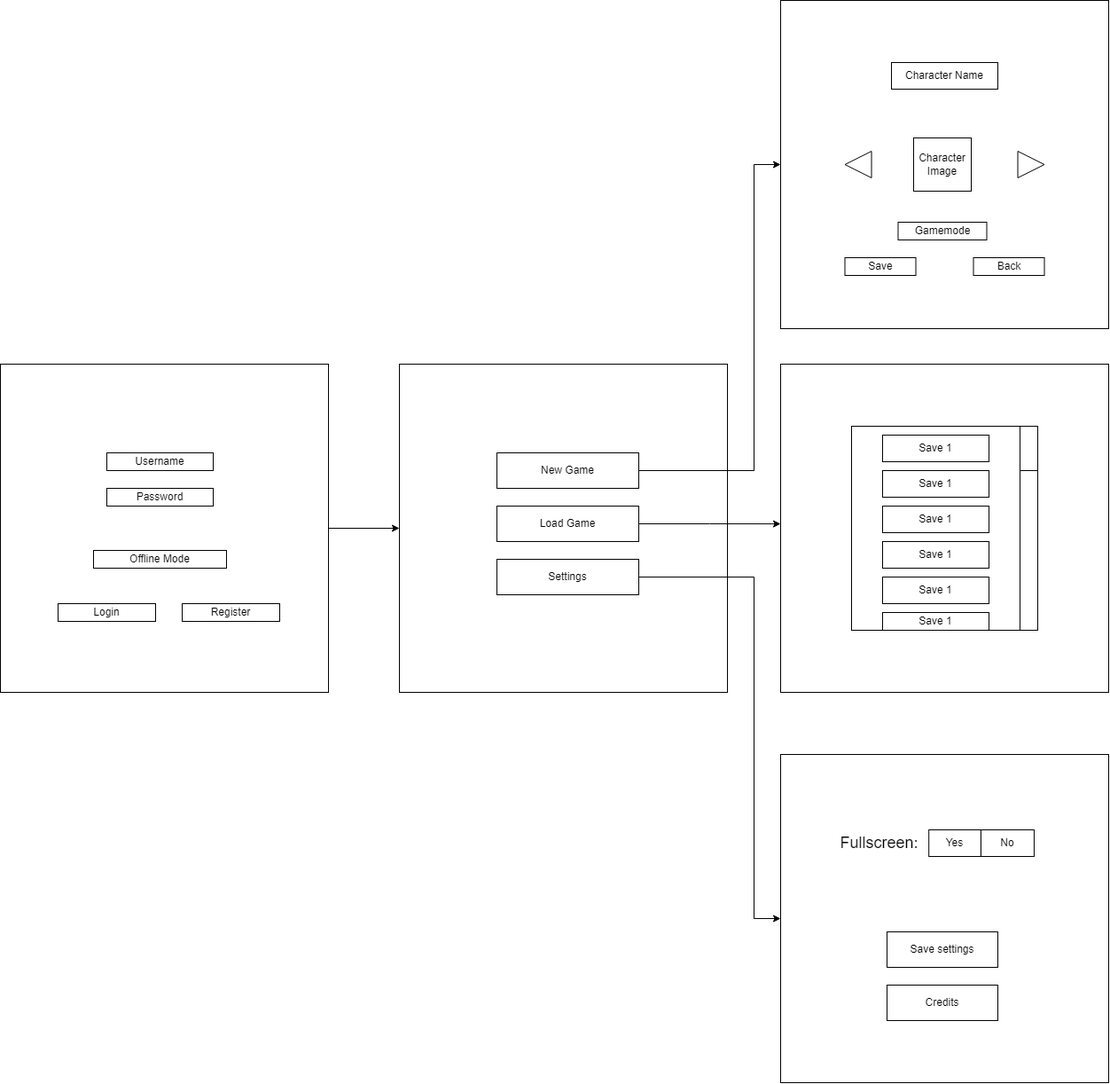
The draw.io diagram thesis/images/MS_menu.drawio.png in SzGabor1/Thesis, before a commit. Source tidied: cells renumbered, new cells last; positions are measured from the earlier drawing's top-left corner, leaving out a move shared by most shapes.
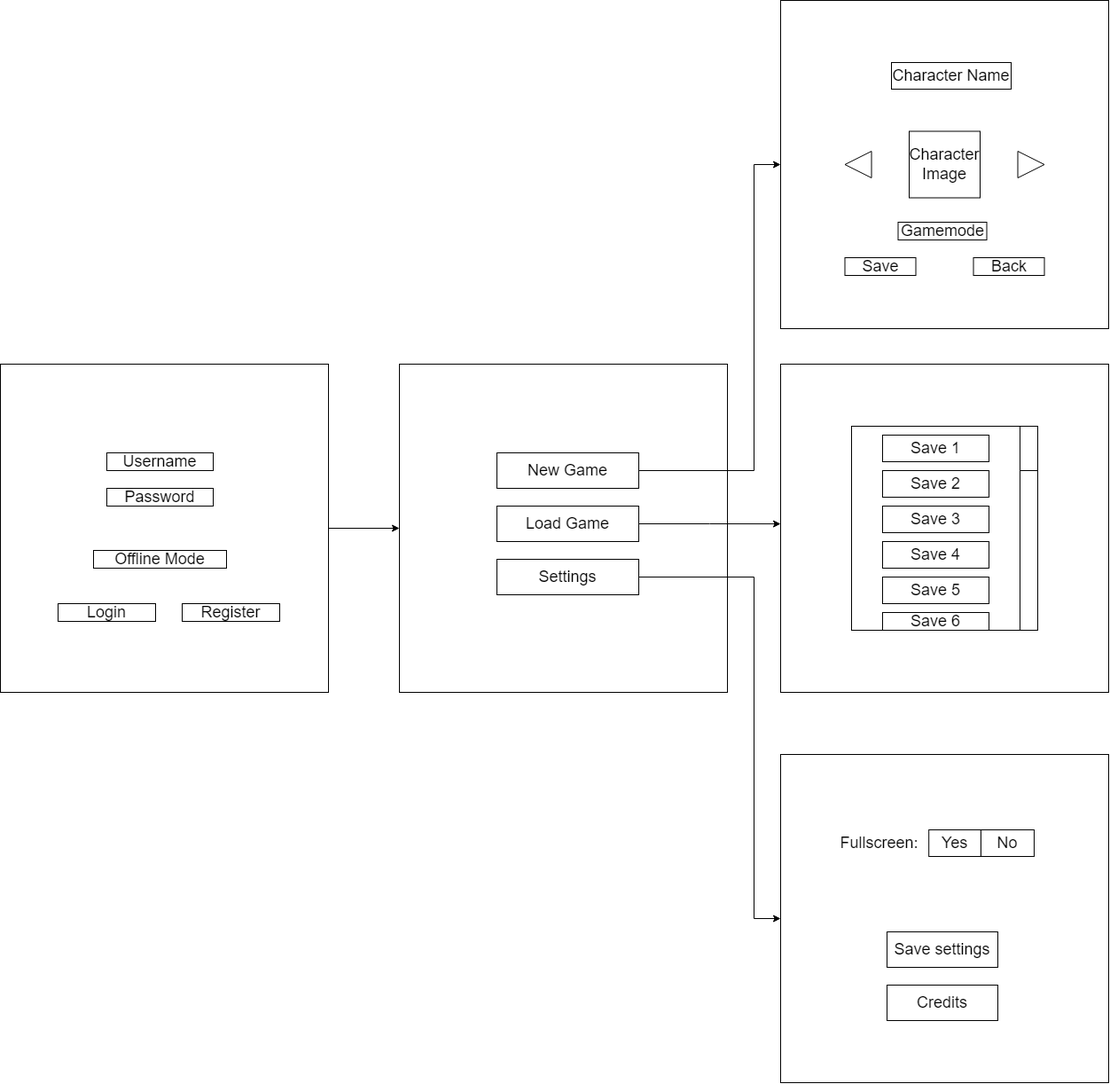
The same diagram one commit later.

Change to the diagram source:
```diff
@@ -13,7 +13,7 @@
         </Array>
       </mxGeometry>
     </mxCell>
-    <mxCell id="4" value="New Game" style="rounded=0;whiteSpace=wrap;html=1;" parent="1" vertex="1">
+    <mxCell id="4" value="&lt;font style=&quot;font-size: 18px;&quot;&gt;New Game&lt;/font&gt;" style="rounded=0;whiteSpace=wrap;html=1;" parent="1" vertex="1">
       <mxGeometry x="560" y="510" width="160" height="40" as="geometry" />
     </mxCell>
     <mxCell id="5" style="edgeStyle=orthogonalEdgeStyle;rounded=0;jettySize=auto;html=1;exitX=1;exitY=0.5;exitDx=0;exitDy=0;entryX=-0.007;entryY=0.487;entryDx=0;entryDy=0;entryPerimeter=0;" parent="1" edge="1" source="6">
@@ -21,7 +21,7 @@
         <mxPoint x="880" y="590.1" as="targetPoint" />
       </mxGeometry>
     </mxCell>
-    <mxCell id="6" value="Load Game" style="rounded=0;whiteSpace=wrap;html=1;" parent="1" vertex="1">
+    <mxCell id="6" value="&lt;font style=&quot;font-size: 18px;&quot;&gt;Load Game&lt;/font&gt;" style="rounded=0;whiteSpace=wrap;html=1;" parent="1" vertex="1">
       <mxGeometry x="560" y="570" width="160" height="40" as="geometry" />
     </mxCell>
     <mxCell id="7" style="edgeStyle=orthogonalEdgeStyle;rounded=0;jettySize=auto;html=1;exitX=1;exitY=0.5;exitDx=0;exitDy=0;entryX=0;entryY=0.5;entryDx=0;entryDy=0;" parent="1" edge="1" source="8" target="34">
@@ -32,7 +32,7 @@
         </Array>
       </mxGeometry>
     </mxCell>
-    <mxCell id="8" value="Settings" style="rounded=0;whiteSpace=wrap;html=1;" parent="1" vertex="1">
+    <mxCell id="8" value="&lt;font style=&quot;font-size: 18px;&quot;&gt;Settings&lt;/font&gt;" style="rounded=0;whiteSpace=wrap;html=1;" parent="1" vertex="1">
       <mxGeometry x="560" y="630" width="160" height="40" as="geometry" />
     </mxCell>
     <mxCell id="9" style="whiteSpace=wrap;html=1;" parent="1" vertex="1">
@@ -44,22 +44,22 @@
     <mxCell id="11" style="rounded=0;whiteSpace=wrap;html=1;" parent="1" vertex="1">
       <mxGeometry x="1150" y="480" width="20" height="230" as="geometry" />
     </mxCell>
-    <mxCell id="12" value="Save 1" style="rounded=0;whiteSpace=wrap;html=1;" parent="1" vertex="1">
+    <mxCell id="12" value="&lt;font style=&quot;font-size: 18px;&quot;&gt;Save 1&lt;/font&gt;" style="rounded=0;whiteSpace=wrap;html=1;" parent="1" vertex="1">
       <mxGeometry x="995" y="490" width="120" height="30" as="geometry" />
     </mxCell>
-    <mxCell id="13" value="Save 1" style="rounded=0;whiteSpace=wrap;html=1;" parent="1" vertex="1">
+    <mxCell id="13" value="&lt;font style=&quot;font-size: 18px;&quot;&gt;Save 3&lt;/font&gt;" style="rounded=0;whiteSpace=wrap;html=1;" parent="1" vertex="1">
       <mxGeometry x="995" y="570" width="120" height="30" as="geometry" />
     </mxCell>
-    <mxCell id="14" value="Save 1" style="rounded=0;whiteSpace=wrap;html=1;" parent="1" vertex="1">
+    <mxCell id="14" value="&lt;font style=&quot;font-size: 18px;&quot;&gt;Save 2&lt;/font&gt;" style="rounded=0;whiteSpace=wrap;html=1;" parent="1" vertex="1">
       <mxGeometry x="995" y="530" width="120" height="30" as="geometry" />
     </mxCell>
-    <mxCell id="15" value="Save 1" style="rounded=0;whiteSpace=wrap;html=1;" parent="1" vertex="1">
+    <mxCell id="15" value="&lt;font style=&quot;font-size: 18px;&quot;&gt;Save 4&lt;/font&gt;" style="rounded=0;whiteSpace=wrap;html=1;" parent="1" vertex="1">
       <mxGeometry x="995" y="610" width="120" height="30" as="geometry" />
     </mxCell>
-    <mxCell id="16" value="Save 1" style="rounded=0;whiteSpace=wrap;html=1;" parent="1" vertex="1">
+    <mxCell id="16" value="&lt;font style=&quot;font-size: 18px;&quot;&gt;Save 5&lt;/font&gt;" style="rounded=0;whiteSpace=wrap;html=1;" parent="1" vertex="1">
       <mxGeometry x="995" y="650" width="120" height="30" as="geometry" />
     </mxCell>
-    <mxCell id="17" value="Save 1" style="rounded=0;whiteSpace=wrap;html=1;" parent="1" vertex="1">
+    <mxCell id="17" value="&lt;font style=&quot;font-size: 18px;&quot;&gt;Save 6&lt;/font&gt;" style="rounded=0;whiteSpace=wrap;html=1;" parent="1" vertex="1">
       <mxGeometry x="995" y="690" width="120" height="20" as="geometry" />
     </mxCell>
     <mxCell id="18" style="rounded=0;whiteSpace=wrap;html=1;" parent="1" vertex="1">
@@ -74,26 +74,26 @@
     <mxCell id="21" style="whiteSpace=wrap;html=1;" parent="1" vertex="1">
       <mxGeometry x="880" width="370" height="370" as="geometry" />
     </mxCell>
-    <mxCell id="22" value="Username" style="rounded=0;whiteSpace=wrap;html=1;" parent="1" vertex="1">
+    <mxCell id="22" value="&lt;font style=&quot;font-size: 18px;&quot;&gt;Username&lt;/font&gt;" style="rounded=0;whiteSpace=wrap;html=1;" parent="1" vertex="1">
       <mxGeometry x="120" y="510" width="120" height="20" as="geometry" />
     </mxCell>
-    <mxCell id="23" value="Password" style="rounded=0;whiteSpace=wrap;html=1;" parent="1" vertex="1">
+    <mxCell id="23" value="&lt;font style=&quot;font-size: 18px;&quot;&gt;Password&lt;/font&gt;" style="rounded=0;whiteSpace=wrap;html=1;" parent="1" vertex="1">
       <mxGeometry x="120" y="550" width="120" height="20" as="geometry" />
     </mxCell>
-    <mxCell id="24" value="Offline Mode" style="rounded=0;whiteSpace=wrap;html=1;" parent="1" vertex="1">
+    <mxCell id="24" value="&lt;font style=&quot;font-size: 18px;&quot;&gt;Offline Mode&lt;/font&gt;" style="rounded=0;whiteSpace=wrap;html=1;" parent="1" vertex="1">
       <mxGeometry x="105" y="620" width="150" height="20" as="geometry" />
     </mxCell>
-    <mxCell id="25" value="Login" style="rounded=0;whiteSpace=wrap;html=1;" parent="1" vertex="1">
+    <mxCell id="25" value="&lt;font style=&quot;font-size: 18px;&quot;&gt;Login&lt;/font&gt;" style="rounded=0;whiteSpace=wrap;html=1;" parent="1" vertex="1">
       <mxGeometry x="65" y="680" width="110" height="20" as="geometry" />
     </mxCell>
-    <mxCell id="26" value="Register" style="rounded=0;whiteSpace=wrap;html=1;" parent="1" vertex="1">
+    <mxCell id="26" value="&lt;font style=&quot;font-size: 18px;&quot;&gt;Register&lt;/font&gt;" style="rounded=0;whiteSpace=wrap;html=1;" parent="1" vertex="1">
       <mxGeometry x="205" y="680" width="110" height="20" as="geometry" />
     </mxCell>
-    <mxCell id="27" value="Character Name" style="rounded=0;whiteSpace=wrap;html=1;" parent="1" vertex="1">
-      <mxGeometry x="1005" y="70" width="120" height="30" as="geometry" />
+    <mxCell id="27" value="&lt;font style=&quot;font-size: 18px;&quot;&gt;Character Name&lt;/font&gt;" style="rounded=0;whiteSpace=wrap;html=1;" parent="1" vertex="1">
+      <mxGeometry x="1005" y="70" width="135" height="30" as="geometry" />
     </mxCell>
-    <mxCell id="28" value="Character Image" style="rounded=0;whiteSpace=wrap;html=1;" parent="1" vertex="1">
-      <mxGeometry x="1030" y="155" width="65" height="60" as="geometry" />
+    <mxCell id="28" value="&lt;font style=&quot;font-size: 18px;&quot;&gt;Character Image&lt;/font&gt;" style="rounded=0;whiteSpace=wrap;html=1;" parent="1" vertex="1">
+      <mxGeometry x="1025" y="147.5" width="80" height="75" as="geometry" />
     </mxCell>
     <mxCell id="29" style="triangle;whiteSpace=wrap;html=1;" parent="1" vertex="1">
       <mxGeometry x="1147.5" y="170" width="30" height="30" as="geometry" />
@@ -101,31 +101,31 @@
     <mxCell id="30" style="triangle;whiteSpace=wrap;html=1;rotation=-180;" parent="1" vertex="1">
       <mxGeometry x="952.5" y="170" width="30" height="30" as="geometry" />
     </mxCell>
-    <mxCell id="31" value="Gamemode" style="rounded=0;whiteSpace=wrap;html=1;" parent="1" vertex="1">
+    <mxCell id="31" value="&lt;font style=&quot;font-size: 18px;&quot;&gt;Gamemode&lt;/font&gt;" style="rounded=0;whiteSpace=wrap;html=1;" parent="1" vertex="1">
       <mxGeometry x="1012.5" y="250" width="100" height="20" as="geometry" />
     </mxCell>
-    <mxCell id="32" value="Save" style="rounded=0;whiteSpace=wrap;html=1;" parent="1" vertex="1">
+    <mxCell id="32" value="&lt;font style=&quot;font-size: 18px;&quot;&gt;Save&lt;/font&gt;" style="rounded=0;whiteSpace=wrap;html=1;" parent="1" vertex="1">
       <mxGeometry x="952.5" y="290" width="80" height="20" as="geometry" />
     </mxCell>
-    <mxCell id="33" value="Back" style="rounded=0;whiteSpace=wrap;html=1;" parent="1" vertex="1">
+    <mxCell id="33" value="&lt;font style=&quot;font-size: 18px;&quot;&gt;Back&lt;/font&gt;" style="rounded=0;whiteSpace=wrap;html=1;" parent="1" vertex="1">
       <mxGeometry x="1097.5" y="290" width="80" height="20" as="geometry" />
     </mxCell>
     <mxCell id="34" style="whiteSpace=wrap;html=1;" parent="1" vertex="1">
       <mxGeometry x="880" y="850" width="370" height="370" as="geometry" />
     </mxCell>
-    <mxCell id="35" value="Yes" style="rounded=0;whiteSpace=wrap;html=1;" parent="1" vertex="1">
+    <mxCell id="35" value="&lt;font style=&quot;font-size: 18px;&quot;&gt;Yes&lt;/font&gt;" style="rounded=0;whiteSpace=wrap;html=1;" parent="1" vertex="1">
       <mxGeometry x="1047.2" y="935" width="58.8" height="30" as="geometry" />
     </mxCell>
     <mxCell id="36" value="&lt;font style=&quot;font-size: 18px;&quot;&gt;Fullscreen:&lt;/font&gt;" style="text;html=1;strokeColor=none;fillColor=none;align=center;verticalAlign=middle;whiteSpace=wrap;rounded=0;" parent="1" vertex="1">
       <mxGeometry x="944.1" y="930" width="95" height="40" as="geometry" />
     </mxCell>
-    <mxCell id="37" value="No" style="rounded=0;whiteSpace=wrap;html=1;" parent="1" vertex="1">
+    <mxCell id="37" value="&lt;font style=&quot;font-size: 18px;&quot;&gt;No&lt;/font&gt;" style="rounded=0;whiteSpace=wrap;html=1;" parent="1" vertex="1">
       <mxGeometry x="1105.9" y="935" width="60" height="30" as="geometry" />
     </mxCell>
-    <mxCell id="38" value="Save settings" style="rounded=0;whiteSpace=wrap;html=1;" parent="1" vertex="1">
+    <mxCell id="38" value="&lt;font style=&quot;font-size: 18px;&quot;&gt;Save settings&lt;/font&gt;" style="rounded=0;whiteSpace=wrap;html=1;" parent="1" vertex="1">
       <mxGeometry x="1000" y="1050" width="125" height="40" as="geometry" />
     </mxCell>
-    <mxCell id="39" value="Credits" style="rounded=0;whiteSpace=wrap;html=1;" parent="1" vertex="1">
+    <mxCell id="39" value="&lt;font style=&quot;font-size: 18px;&quot;&gt;Credits&lt;/font&gt;" style="rounded=0;whiteSpace=wrap;html=1;" parent="1" vertex="1">
       <mxGeometry x="1000" y="1110" width="125" height="40" as="geometry" />
     </mxCell>
   </root>
```
